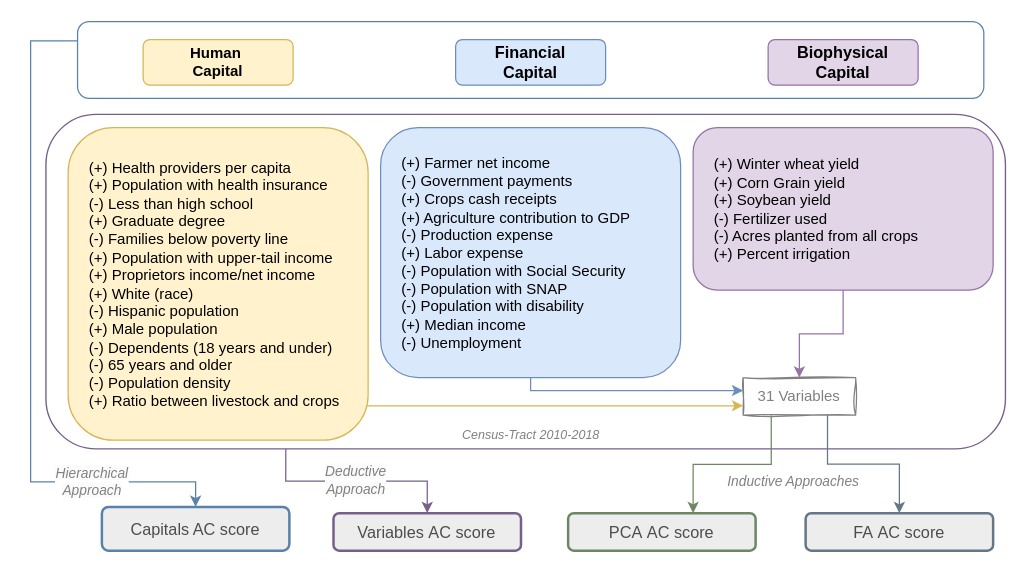
The draw.io diagram ACIndicatorSelectionFrameworkSummer2024.drawio in dealchre/gradDrawio, before the edit. Source tidied: cells renumbered, new cells numbered last; positions are measured from the earlier drawing's top-left corner, leaving out a move shared by most shapes. Both pictures are drawn from the tidied source at 125%, with x=0, y=0 at pixel (30, -394).
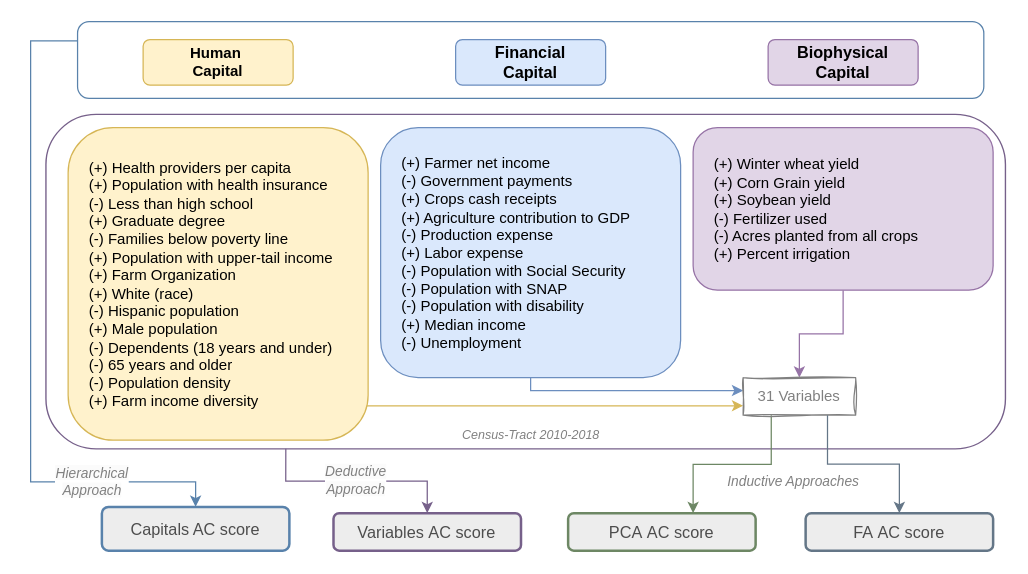
Above is the later version.

What changed in the source:
```diff
@@
-    <mxCell id="8" value="&lt;div style=&quot;&quot;&gt;&lt;span style=&quot;background-color: initial;&quot;&gt;(+) Health providers per capita&lt;/span&gt;&lt;/div&gt;&lt;span style=&quot;background-color: initial;&quot;&gt;&lt;div style=&quot;&quot;&gt;&lt;span style=&quot;background-color: initial;&quot;&gt;(+) Population with health insurance&lt;/span&gt;&lt;/div&gt;&lt;/span&gt;&lt;span style=&quot;background-color: initial;&quot;&gt;&lt;div style=&quot;&quot;&gt;&lt;span style=&quot;background-color: initial;&quot;&gt;(-) Less than high school&lt;/span&gt;&lt;/div&gt;&lt;/span&gt;&lt;span style=&quot;background-color: initial;&quot;&gt;&lt;div style=&quot;&quot;&gt;&lt;span style=&quot;background-color: initial;&quot;&gt;(+) Graduate degree&lt;/span&gt;&lt;/div&gt;&lt;/span&gt;&lt;span style=&quot;background-color: initial;&quot;&gt;&lt;div style=&quot;&quot;&gt;&lt;span style=&quot;background-color: initial;&quot;&gt;(-) Families below poverty line&lt;/span&gt;&lt;/div&gt;&lt;/span&gt;&lt;span style=&quot;background-color: initial;&quot;&gt;&lt;div style=&quot;&quot;&gt;&lt;span style=&quot;background-color: initial;&quot;&gt;(+) Population with upper-tail income&lt;/span&gt;&lt;/div&gt;&lt;div style=&quot;&quot;&gt;(+) Proprietors income/net income&lt;span style=&quot;background-color: initial;&quot;&gt;&lt;br&gt;&lt;/span&gt;&lt;/div&gt;&lt;/span&gt;&lt;span style=&quot;background-color: initial;&quot;&gt;&lt;div style=&quot;&quot;&gt;&lt;span style=&quot;background-color: initial;&quot;&gt;(+) White (race)&lt;/span&gt;&lt;/div&gt;&lt;/span&gt;&lt;span style=&quot;background-color: initial;&quot;&gt;&lt;div style=&quot;&quot;&gt;&lt;span style=&quot;background-color: initial;&quot;&gt;(-) Hispanic population&lt;/span&gt;&lt;/div&gt;&lt;/span&gt;&lt;span style=&quot;background-color: initial;&quot;&gt;&lt;div style=&quot;&quot;&gt;&lt;span style=&quot;background-color: initial;&quot;&gt;(+) Male population&lt;/span&gt;&lt;/div&gt;&lt;/span&gt;&lt;span style=&quot;background-color: initial;&quot;&gt;&lt;div style=&quot;&quot;&gt;&lt;span style=&quot;background-color: initial;&quot;&gt;(-) Dependents (18 years and under)&lt;/span&gt;&lt;/div&gt;&lt;/span&gt;&lt;span style=&quot;background-color: initial;&quot;&gt;&lt;div style=&quot;&quot;&gt;&lt;span style=&quot;background-color: initial;&quot;&gt;(-) 65 years and older&lt;/span&gt;&lt;/div&gt;&lt;/span&gt;&lt;span style=&quot;background-color: initial;&quot;&gt;&lt;div style=&quot;&quot;&gt;&lt;span style=&quot;background-color: initial;&quot;&gt;(-) Population density&lt;/span&gt;&lt;/div&gt;&lt;/span&gt;&lt;span style=&quot;background-color: initial;&quot;&gt;&lt;div style=&quot;&quot;&gt;&lt;span style=&quot;background-color: initial;&quot;&gt;(+) Ratio between livestock and crops&amp;nbsp;&lt;/span&gt;&lt;/div&gt;&lt;/span&gt;" style="whiteSpace=wrap;html=1;rounded=1;fillColor=#fff2cc;strokeColor=#d6b656;align=left;spacingLeft=15;" parent="1" vertex="1">
+    <mxCell id="8" value="&lt;div style=&quot;&quot;&gt;&lt;span style=&quot;background-color: initial;&quot;&gt;(+) Health providers per capita&lt;/span&gt;&lt;/div&gt;&lt;span style=&quot;background-color: initial;&quot;&gt;&lt;div style=&quot;&quot;&gt;&lt;span style=&quot;background-color: initial;&quot;&gt;(+) Population with health insurance&lt;/span&gt;&lt;/div&gt;&lt;/span&gt;&lt;span style=&quot;background-color: initial;&quot;&gt;&lt;div style=&quot;&quot;&gt;&lt;span style=&quot;background-color: initial;&quot;&gt;(-) Less than high school&lt;/span&gt;&lt;/div&gt;&lt;/span&gt;&lt;span style=&quot;background-color: initial;&quot;&gt;&lt;div style=&quot;&quot;&gt;&lt;span style=&quot;background-color: initial;&quot;&gt;(+) Graduate degree&lt;/span&gt;&lt;/div&gt;&lt;/span&gt;&lt;span style=&quot;background-color: initial;&quot;&gt;&lt;div style=&quot;&quot;&gt;&lt;span style=&quot;background-color: initial;&quot;&gt;(-) Families below poverty line&lt;/span&gt;&lt;/div&gt;&lt;/span&gt;&lt;span style=&quot;background-color: initial;&quot;&gt;&lt;div style=&quot;&quot;&gt;&lt;span style=&quot;background-color: initial;&quot;&gt;(+) Population with upper-tail income&lt;/span&gt;&lt;/div&gt;&lt;div style=&quot;&quot;&gt;(+) Farm Organization&lt;span style=&quot;background-color: initial;&quot;&gt;&lt;br&gt;&lt;/span&gt;&lt;/div&gt;&lt;/span&gt;&lt;span style=&quot;background-color: initial;&quot;&gt;&lt;div style=&quot;&quot;&gt;&lt;span style=&quot;background-color: initial;&quot;&gt;(+) White (race)&lt;/span&gt;&lt;/div&gt;&lt;/span&gt;&lt;span style=&quot;background-color: initial;&quot;&gt;&lt;div style=&quot;&quot;&gt;&lt;span style=&quot;background-color: initial;&quot;&gt;(-) Hispanic population&lt;/span&gt;&lt;/div&gt;&lt;/span&gt;&lt;span style=&quot;background-color: initial;&quot;&gt;&lt;div style=&quot;&quot;&gt;&lt;span style=&quot;background-color: initial;&quot;&gt;(+) Male population&lt;/span&gt;&lt;/div&gt;&lt;/span&gt;&lt;span style=&quot;background-color: initial;&quot;&gt;&lt;div style=&quot;&quot;&gt;&lt;span style=&quot;background-color: initial;&quot;&gt;(-) Dependents (18 years and under)&lt;/span&gt;&lt;/div&gt;&lt;/span&gt;&lt;span style=&quot;background-color: initial;&quot;&gt;&lt;div style=&quot;&quot;&gt;&lt;span style=&quot;background-color: initial;&quot;&gt;(-) 65 years and older&lt;/span&gt;&lt;/div&gt;&lt;/span&gt;&lt;span style=&quot;background-color: initial;&quot;&gt;&lt;div style=&quot;&quot;&gt;&lt;span style=&quot;background-color: initial;&quot;&gt;(-) Population density&lt;/span&gt;&lt;/div&gt;&lt;/span&gt;&lt;span style=&quot;background-color: initial;&quot;&gt;&lt;div style=&quot;&quot;&gt;&lt;span style=&quot;background-color: initial;&quot;&gt;(+) Farm income diversity&amp;nbsp;&lt;/span&gt;&lt;/div&gt;&lt;/span&gt;" style="whiteSpace=wrap;html=1;rounded=1;fillColor=#fff2cc;strokeColor=#d6b656;align=left;spacingLeft=15;" parent="1" vertex="1">
       <mxGeometry x="30" y="416.6" width="240" height="250" as="geometry" />
     </mxCell>
```
